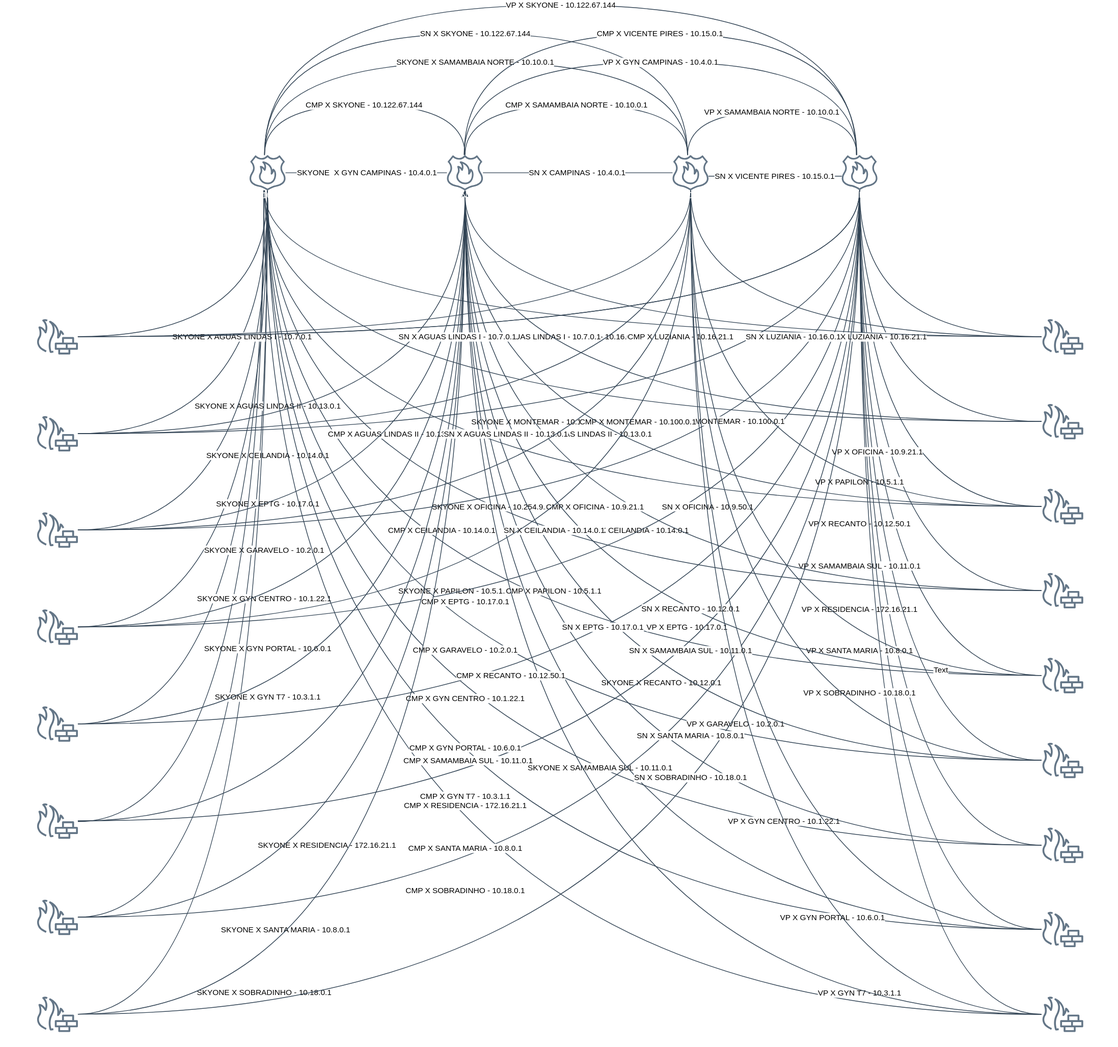
Earlier version of the draw.io export Diagrama sem nome.drawio.svg (Trevoom/Laborat-rio). Source tidied: cells renumbered, new cells last; positions are measured from the earlier drawing's top-left corner, leaving out a move shared by most shapes.
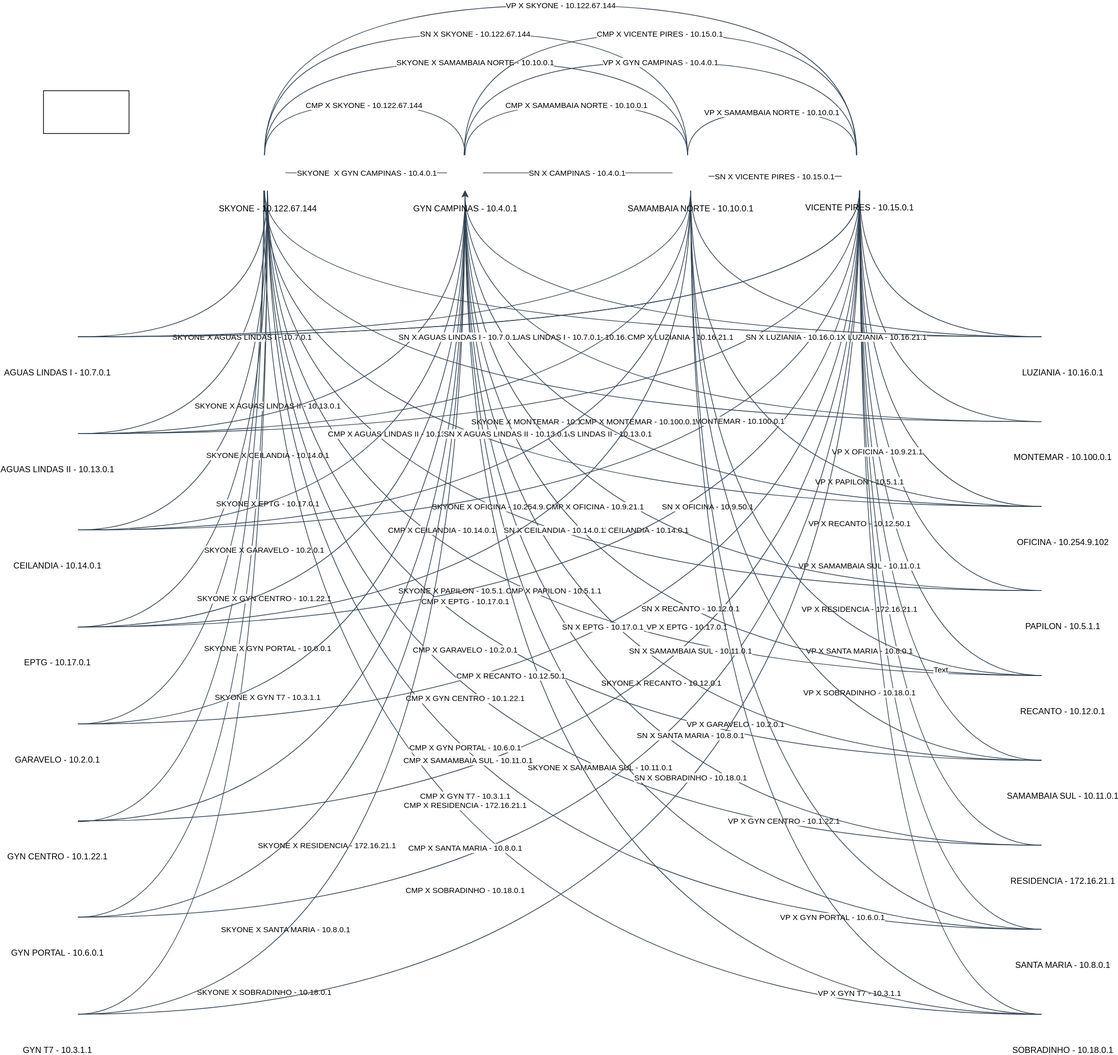
After the commit.

Change to the diagram source:
```diff
@@ -224,67 +224,67 @@
     <mxCell id="63" value="    SN X SOBRADINHO -  10.18.0.1 " style="edgeStyle=orthogonalEdgeStyle;shape=connector;rounded=0;jettySize=auto;html=1;strokeColor=#314354;align=center;verticalAlign=middle;elbow=vertical;endArrow=none;endFill=0;curved=1;fillColor=#647687;" parent="1" edge="1" source="66" target="83">
       <mxGeometry relative="1" as="geometry" />
     </mxCell>
-    <mxCell id="64" value="    PAPILON - 10.5.1.1 " style="sketch=0;outlineConnect=0;fillColor=#647687;strokeColor=#314354;dashed=0;verticalLabelPosition=bottom;verticalAlign=top;align=center;html=1;shape=mxgraph.aws4.generic_firewall;flipV=0;legacyAnchorPoints=0;flipH=0;fontColor=#ffffff;" parent="1" vertex="1">
+    <mxCell id="64" value="    PAPILON - 10.5.1.1 " style="outlineConnect=0;fillColor=default;strokeColor=default;verticalLabelPosition=bottom;verticalAlign=middle;align=center;html=1;shape=mxgraph.aws4.generic_firewall;flipV=0;legacyAnchorPoints=0;flipH=0;fontColor=default;rounded=0;fontFamily=Helvetica;fontSize=12;" parent="1" vertex="1">
       <mxGeometry x="1410" y="796" width="60" height="50" as="geometry" />
     </mxCell>
-    <mxCell id="65" value="    SANTA MARIA -  10.8.0.1 " style="sketch=0;outlineConnect=0;fillColor=#647687;strokeColor=#314354;dashed=0;verticalLabelPosition=bottom;verticalAlign=top;align=center;html=1;shape=mxgraph.aws4.generic_firewall;flipV=0;legacyAnchorPoints=0;flipH=0;fontColor=#ffffff;" parent="1" vertex="1">
+    <mxCell id="65" value="    SANTA MARIA -  10.8.0.1 " style="outlineConnect=0;fillColor=default;strokeColor=default;verticalLabelPosition=bottom;verticalAlign=middle;align=center;html=1;shape=mxgraph.aws4.generic_firewall;flipV=0;legacyAnchorPoints=0;flipH=0;fontColor=default;rounded=0;fontFamily=Helvetica;fontSize=12;" parent="1" vertex="1">
       <mxGeometry x="1410" y="1271" width="60" height="50" as="geometry" />
     </mxCell>
-    <mxCell id="66" value="    SOBRADINHO -  10.18.0.1 " style="sketch=0;outlineConnect=0;fillColor=#647687;strokeColor=#314354;dashed=0;verticalLabelPosition=bottom;verticalAlign=top;align=center;html=1;shape=mxgraph.aws4.generic_firewall;flipV=0;legacyAnchorPoints=0;flipH=0;fontColor=#ffffff;" parent="1" vertex="1">
+    <mxCell id="66" value="    SOBRADINHO -  10.18.0.1 " style="outlineConnect=0;fillColor=default;strokeColor=default;verticalLabelPosition=bottom;verticalAlign=middle;align=center;html=1;shape=mxgraph.aws4.generic_firewall;flipV=0;legacyAnchorPoints=0;flipH=0;fontColor=default;rounded=0;fontFamily=Helvetica;fontSize=12;" parent="1" vertex="1">
       <mxGeometry x="1410" y="1390" width="60" height="50" as="geometry" />
     </mxCell>
-    <mxCell id="67" value="    MONTEMAR -  10.100.0.1 " style="sketch=0;outlineConnect=0;fillColor=#647687;strokeColor=#314354;dashed=0;verticalLabelPosition=bottom;verticalAlign=top;align=center;html=1;shape=mxgraph.aws4.generic_firewall;flipV=0;legacyAnchorPoints=0;flipH=0;fontColor=#ffffff;" parent="1" vertex="1">
+    <mxCell id="67" value="    MONTEMAR -  10.100.0.1 " style="outlineConnect=0;fillColor=default;strokeColor=default;verticalLabelPosition=bottom;verticalAlign=middle;align=center;html=1;shape=mxgraph.aws4.generic_firewall;flipV=0;legacyAnchorPoints=0;flipH=0;fontColor=default;rounded=0;fontFamily=Helvetica;fontSize=12;" parent="1" vertex="1">
       <mxGeometry x="1410" y="559" width="60" height="50" as="geometry" />
     </mxCell>
-    <mxCell id="68" value="    OFICINA -  10.254.9.102 " style="sketch=0;outlineConnect=0;fillColor=#647687;strokeColor=#314354;dashed=0;verticalLabelPosition=bottom;verticalAlign=top;align=center;html=1;shape=mxgraph.aws4.generic_firewall;flipV=0;legacyAnchorPoints=0;flipH=0;fontColor=#ffffff;" parent="1" vertex="1">
+    <mxCell id="68" value="    OFICINA -  10.254.9.102 " style="outlineConnect=0;fillColor=default;strokeColor=default;verticalLabelPosition=bottom;verticalAlign=middle;align=center;html=1;shape=mxgraph.aws4.generic_firewall;flipV=0;legacyAnchorPoints=0;flipH=0;fontColor=default;rounded=0;fontFamily=Helvetica;fontSize=12;" parent="1" vertex="1">
       <mxGeometry x="1410" y="678" width="60" height="50" as="geometry" />
     </mxCell>
-    <mxCell id="69" value="    LUZIANIA -  10.16.0.1 " style="sketch=0;outlineConnect=0;fillColor=#647687;strokeColor=#314354;dashed=0;verticalLabelPosition=bottom;verticalAlign=top;align=center;html=1;shape=mxgraph.aws4.generic_firewall;flipV=0;legacyAnchorPoints=0;flipH=0;fontColor=#ffffff;" parent="1" vertex="1">
+    <mxCell id="69" value="    LUZIANIA -  10.16.0.1 " style="outlineConnect=0;fillColor=default;strokeColor=default;verticalLabelPosition=bottom;verticalAlign=middle;align=center;html=1;shape=mxgraph.aws4.generic_firewall;flipV=0;legacyAnchorPoints=0;flipH=0;fontColor=default;rounded=0;fontFamily=Helvetica;fontSize=12;" parent="1" vertex="1">
       <mxGeometry x="1410" y="440" width="60" height="50" as="geometry" />
     </mxCell>
-    <mxCell id="70" value="    RECANTO - 10.12.0.1 " style="sketch=0;outlineConnect=0;fillColor=#647687;strokeColor=#314354;dashed=0;verticalLabelPosition=bottom;verticalAlign=top;align=center;html=1;shape=mxgraph.aws4.generic_firewall;flipV=0;legacyAnchorPoints=0;flipH=0;fontColor=#ffffff;" parent="1" vertex="1">
+    <mxCell id="70" value="    RECANTO - 10.12.0.1 " style="outlineConnect=0;fillColor=default;strokeColor=default;verticalLabelPosition=bottom;verticalAlign=middle;align=center;html=1;shape=mxgraph.aws4.generic_firewall;flipV=0;legacyAnchorPoints=0;flipH=0;fontColor=default;rounded=0;fontFamily=Helvetica;fontSize=12;" parent="1" vertex="1">
       <mxGeometry x="1410" y="915" width="60" height="50" as="geometry" />
     </mxCell>
-    <mxCell id="71" value="    RESIDENCIA -  172.16.21.1 " style="sketch=0;outlineConnect=0;fillColor=#647687;strokeColor=#314354;dashed=0;verticalLabelPosition=bottom;verticalAlign=top;align=center;html=1;shape=mxgraph.aws4.generic_firewall;flipV=0;legacyAnchorPoints=0;flipH=0;fontColor=#ffffff;" parent="1" vertex="1">
+    <mxCell id="71" value="    RESIDENCIA -  172.16.21.1 " style="outlineConnect=0;fillColor=default;strokeColor=default;verticalLabelPosition=bottom;verticalAlign=middle;align=center;html=1;shape=mxgraph.aws4.generic_firewall;flipV=0;legacyAnchorPoints=0;flipH=0;fontColor=default;rounded=0;fontFamily=Helvetica;fontSize=12;" parent="1" vertex="1">
       <mxGeometry x="1410" y="1153" width="60" height="50" as="geometry" />
     </mxCell>
-    <mxCell id="72" value="    SAMAMBAIA SUL -  10.11.0.1 " style="sketch=0;outlineConnect=0;fillColor=#647687;strokeColor=#314354;dashed=0;verticalLabelPosition=bottom;verticalAlign=top;align=center;html=1;shape=mxgraph.aws4.generic_firewall;flipV=0;legacyAnchorPoints=0;flipH=0;fontColor=#ffffff;" parent="1" vertex="1">
+    <mxCell id="72" value="    SAMAMBAIA SUL -  10.11.0.1 " style="outlineConnect=0;fillColor=default;strokeColor=default;verticalLabelPosition=bottom;verticalAlign=middle;align=center;html=1;shape=mxgraph.aws4.generic_firewall;flipV=0;legacyAnchorPoints=0;flipH=0;fontColor=default;rounded=0;fontFamily=Helvetica;fontSize=12;" parent="1" vertex="1">
       <mxGeometry x="1410" y="1034" width="60" height="50" as="geometry" />
     </mxCell>
-    <mxCell id="73" value="    GARAVELO - 10.2.0.1 " style="sketch=0;outlineConnect=0;fillColor=#647687;strokeColor=#314354;dashed=0;verticalLabelPosition=bottom;verticalAlign=top;align=center;html=1;shape=mxgraph.aws4.generic_firewall;flipV=0;legacyAnchorPoints=0;flipH=0;fontColor=#ffffff;" parent="1" vertex="1">
+    <mxCell id="73" value="    GARAVELO - 10.2.0.1 " style="outlineConnect=0;fillColor=default;strokeColor=default;verticalLabelPosition=bottom;verticalAlign=middle;align=center;html=1;shape=mxgraph.aws4.generic_firewall;flipV=0;legacyAnchorPoints=0;flipH=0;fontColor=default;rounded=0;fontFamily=Helvetica;fontSize=12;" parent="1" vertex="1">
       <mxGeometry y="983" width="60" height="50" as="geometry" />
     </mxCell>
-    <mxCell id="74" value="    GYN CENTRO -  10.1.22.1 " style="sketch=0;outlineConnect=0;fillColor=#647687;strokeColor=#314354;dashed=0;verticalLabelPosition=bottom;verticalAlign=top;align=center;html=1;shape=mxgraph.aws4.generic_firewall;flipV=0;legacyAnchorPoints=0;flipH=0;fontColor=#ffffff;" parent="1" vertex="1">
+    <mxCell id="74" value="    GYN CENTRO -  10.1.22.1 " style="outlineConnect=0;fillColor=default;strokeColor=default;verticalLabelPosition=bottom;verticalAlign=middle;align=center;html=1;shape=mxgraph.aws4.generic_firewall;flipV=0;legacyAnchorPoints=0;flipH=0;fontColor=default;rounded=0;fontFamily=Helvetica;fontSize=12;" parent="1" vertex="1">
       <mxGeometry y="1119" width="60" height="50" as="geometry" />
     </mxCell>
-    <mxCell id="75" value="    AGUAS LINDAS II -  10.13.0.1 " style="sketch=0;outlineConnect=0;fillColor=#647687;strokeColor=#314354;dashed=0;verticalLabelPosition=bottom;verticalAlign=top;align=center;html=1;shape=mxgraph.aws4.generic_firewall;flipV=0;legacyAnchorPoints=0;flipH=0;fontColor=#ffffff;" parent="1" vertex="1">
+    <mxCell id="75" value="    AGUAS LINDAS II -  10.13.0.1 " style="outlineConnect=0;fillColor=default;strokeColor=default;verticalLabelPosition=bottom;verticalAlign=middle;align=center;html=1;shape=mxgraph.aws4.generic_firewall;flipV=0;legacyAnchorPoints=0;flipH=0;fontColor=default;rounded=0;fontFamily=Helvetica;fontSize=12;" parent="1" vertex="1">
       <mxGeometry y="576" width="60" height="50" as="geometry" />
     </mxCell>
-    <mxCell id="76" value="CEILANDIA - 10.14.0.1" style="sketch=0;outlineConnect=0;fillColor=#647687;strokeColor=#314354;dashed=0;verticalLabelPosition=bottom;verticalAlign=top;align=center;html=1;shape=mxgraph.aws4.generic_firewall;flipV=0;legacyAnchorPoints=0;flipH=0;fontColor=#ffffff;" parent="1" vertex="1">
+    <mxCell id="76" value="CEILANDIA - 10.14.0.1" style="outlineConnect=0;fillColor=default;strokeColor=default;verticalLabelPosition=bottom;verticalAlign=middle;align=center;html=1;shape=mxgraph.aws4.generic_firewall;flipV=0;legacyAnchorPoints=0;flipH=0;fontColor=default;rounded=0;fontFamily=Helvetica;fontSize=12;" parent="1" vertex="1">
       <mxGeometry y="711" width="60" height="50" as="geometry" />
     </mxCell>
-    <mxCell id="77" value="    EPTG - 10.17.0.1 " style="sketch=0;outlineConnect=0;fillColor=#647687;strokeColor=#314354;dashed=0;verticalLabelPosition=bottom;verticalAlign=top;align=center;html=1;shape=mxgraph.aws4.generic_firewall;flipV=0;legacyAnchorPoints=0;flipH=0;fontColor=#ffffff;" parent="1" vertex="1">
+    <mxCell id="77" value="    EPTG - 10.17.0.1 " style="outlineConnect=0;fillColor=default;strokeColor=default;verticalLabelPosition=bottom;verticalAlign=middle;align=center;html=1;shape=mxgraph.aws4.generic_firewall;flipV=0;legacyAnchorPoints=0;flipH=0;fontColor=default;rounded=0;fontFamily=Helvetica;fontSize=12;" parent="1" vertex="1">
       <mxGeometry y="847" width="60" height="50" as="geometry" />
     </mxCell>
-    <mxCell id="78" value="    AGUAS LINDAS I -  10.7.0.1 " style="sketch=0;outlineConnect=0;dashed=0;verticalLabelPosition=bottom;verticalAlign=top;align=center;html=1;shape=mxgraph.aws4.generic_firewall;fillColor=#647687;strokeColor=#314354;flipV=0;legacyAnchorPoints=0;flipH=0;fontColor=#ffffff;" parent="1" vertex="1">
+    <mxCell id="78" value="    AGUAS LINDAS I -  10.7.0.1 " style="outlineConnect=0;verticalLabelPosition=bottom;verticalAlign=middle;align=center;html=1;shape=mxgraph.aws4.generic_firewall;fillColor=default;strokeColor=default;flipV=0;legacyAnchorPoints=0;flipH=0;fontColor=default;rounded=0;fontFamily=Helvetica;fontSize=12;" parent="1" vertex="1">
       <mxGeometry y="440" width="60" height="50" as="geometry" />
     </mxCell>
-    <mxCell id="79" value="    GYN T7 - 10.3.1.1 " style="sketch=0;outlineConnect=0;fillColor=#647687;strokeColor=#314354;dashed=0;verticalLabelPosition=bottom;verticalAlign=top;align=center;html=1;shape=mxgraph.aws4.generic_firewall;flipV=0;legacyAnchorPoints=0;flipH=0;fontColor=#ffffff;" parent="1" vertex="1">
+    <mxCell id="79" value="    GYN T7 - 10.3.1.1 " style="outlineConnect=0;fillColor=default;strokeColor=default;verticalLabelPosition=bottom;verticalAlign=middle;align=center;html=1;shape=mxgraph.aws4.generic_firewall;flipV=0;legacyAnchorPoints=0;flipH=0;fontColor=default;rounded=0;fontFamily=Helvetica;fontSize=12;" parent="1" vertex="1">
       <mxGeometry y="1390" width="60" height="50" as="geometry" />
     </mxCell>
-    <mxCell id="80" value="    GYN PORTAL -  10.6.0.1 " style="sketch=0;outlineConnect=0;fillColor=#647687;strokeColor=#314354;dashed=0;verticalLabelPosition=bottom;verticalAlign=top;align=center;html=1;shape=mxgraph.aws4.generic_firewall;flipV=0;legacyAnchorPoints=0;flipH=0;fontColor=#ffffff;" parent="1" vertex="1">
+    <mxCell id="80" value="    GYN PORTAL -  10.6.0.1 " style="outlineConnect=0;fillColor=default;strokeColor=default;verticalLabelPosition=bottom;verticalAlign=middle;align=center;html=1;shape=mxgraph.aws4.generic_firewall;flipV=0;legacyAnchorPoints=0;flipH=0;fontColor=default;rounded=0;fontFamily=Helvetica;fontSize=12;" parent="1" vertex="1">
       <mxGeometry y="1254" width="60" height="50" as="geometry" />
     </mxCell>
-    <mxCell id="81" value="    SKYONE -  10.122.67.144 " style="sketch=0;outlineConnect=0;fillColor=#647687;strokeColor=#314354;dashed=0;verticalLabelPosition=bottom;verticalAlign=middle;align=center;html=1;shape=mxgraph.aws4.route_53_resolver_dns_firewall;spacingTop=-36;fontColor=#ffffff;" parent="1" vertex="1">
+    <mxCell id="81" value="    SKYONE -  10.122.67.144 " style="outlineConnect=0;fillColor=default;strokeColor=default;verticalLabelPosition=bottom;verticalAlign=middle;align=center;html=1;shape=mxgraph.aws4.route_53_resolver_dns_firewall;fontColor=default;rounded=0;fontFamily=Helvetica;fontSize=12;" parent="1" vertex="1">
       <mxGeometry x="300" y="210" width="50.5" height="50.5" as="geometry" />
     </mxCell>
-    <mxCell id="82" value="    GYN  CAMPINAS - 10.4.0.1 " style="sketch=0;outlineConnect=0;fillColor=#647687;strokeColor=#314354;dashed=0;verticalLabelPosition=bottom;verticalAlign=middle;align=center;html=1;shape=mxgraph.aws4.route_53_resolver_dns_firewall;spacingTop=-36;fontColor=#ffffff;" parent="1" vertex="1">
+    <mxCell id="82" value="    GYN  CAMPINAS - 10.4.0.1 " style="outlineConnect=0;fillColor=default;strokeColor=default;verticalLabelPosition=bottom;verticalAlign=middle;align=center;html=1;shape=mxgraph.aws4.route_53_resolver_dns_firewall;fontColor=default;rounded=0;fontFamily=Helvetica;fontSize=12;" parent="1" vertex="1">
       <mxGeometry x="576.9" y="210" width="50.5" height="50.5" as="geometry" />
     </mxCell>
-    <mxCell id="83" value="    SAMAMBAIA  NORTE - 10.10.0.1 " style="sketch=0;outlineConnect=0;fillColor=#647687;strokeColor=#314354;dashed=0;verticalLabelPosition=bottom;verticalAlign=middle;align=center;html=1;shape=mxgraph.aws4.route_53_resolver_dns_firewall;spacingTop=-36;fontColor=#ffffff;" parent="1" vertex="1">
+    <mxCell id="83" value="    SAMAMBAIA  NORTE - 10.10.0.1 " style="outlineConnect=0;fillColor=default;strokeColor=default;verticalLabelPosition=bottom;verticalAlign=middle;align=center;html=1;shape=mxgraph.aws4.route_53_resolver_dns_firewall;fontColor=default;rounded=0;fontFamily=Helvetica;fontSize=12;" parent="1" vertex="1">
       <mxGeometry x="893.3" y="210" width="50.5" height="50.5" as="geometry" />
     </mxCell>
-    <mxCell id="84" value="    VICENTE  PIRES - 10.15.0.1 " style="sketch=0;outlineConnect=0;fillColor=#647687;strokeColor=#314354;dashed=0;verticalLabelPosition=bottom;verticalAlign=middle;align=center;html=1;shape=mxgraph.aws4.route_53_resolver_dns_firewall;spacingTop=-36;fontColor=#ffffff;" parent="1" vertex="1">
+    <mxCell id="84" value="    VICENTE  PIRES - 10.15.0.1 " style="outlineConnect=0;fillColor=default;strokeColor=default;verticalLabelPosition=bottom;verticalAlign=middle;align=center;html=1;shape=mxgraph.aws4.route_53_resolver_dns_firewall;fontColor=default;rounded=0;fontFamily=Helvetica;fontSize=12;" parent="1" vertex="1">
       <mxGeometry x="1130.6" y="210" width="50" height="50" as="geometry" />
     </mxCell>
     <mxCell id="85" value="    CMP X SKYONE -  10.122.67.144 " style="edgeStyle=orthogonalEdgeStyle;rounded=0;jettySize=auto;html=1;curved=1;strokeColor=#314354;align=center;verticalAlign=middle;fontFamily=Helvetica;fontSize=11;fontColor=default;labelBackgroundColor=default;endArrow=none;endFill=0;fillColor=#647687;" parent="1" edge="1" source="81" target="82">
@@ -365,5 +365,8 @@
         </Array>
       </mxGeometry>
     </mxCell>
+    <mxCell id="96" style="rounded=0;whiteSpace=wrap;html=1;" parent="1" vertex="1">
+      <mxGeometry x="11" y="120" width="120" height="60" as="geometry" />
+    </mxCell>
   </root>
 </mxGraphModel>
```
